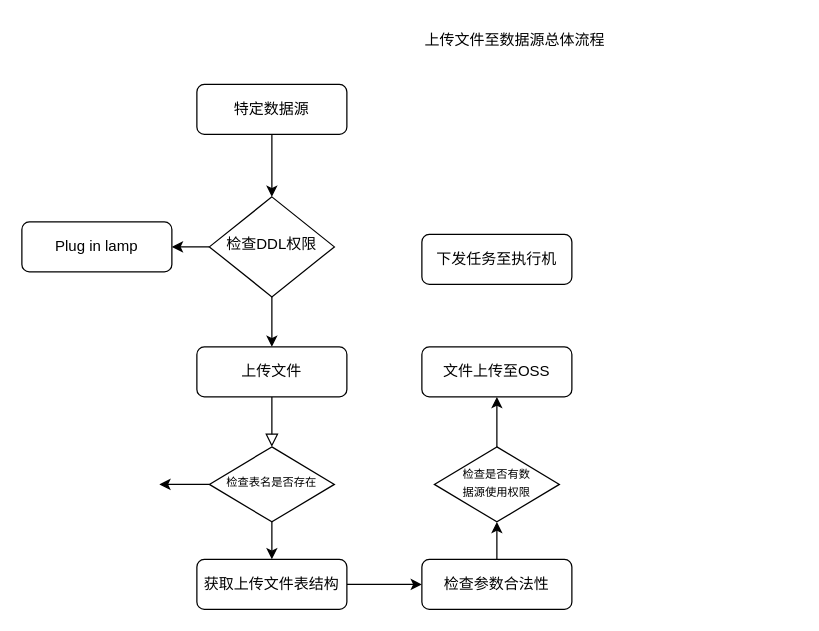
QQLZ/MIT-6.824 keeps this draw.io diagram as 未命名绘图.drawio. Above is the earlier version. Source tidied: cells renumbered, new cells numbered last; positions are measured from the earlier drawing's top-left corner, leaving out a move shared by most shapes. Both pictures are drawn from the tidied source at 125%, with x=0, y=0 at pixel (21, 21).
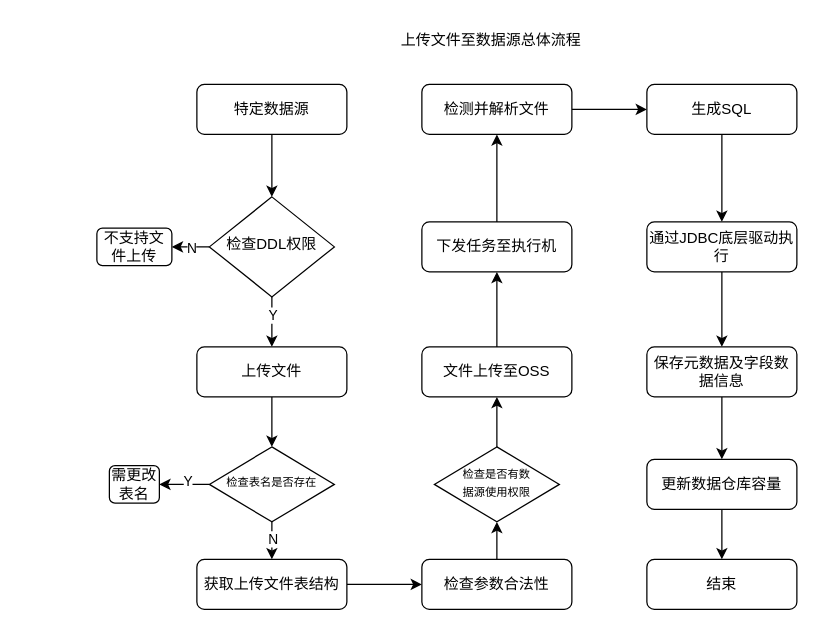
After the change.

Commit message (it also covers changes not shown here):
更新未命名绘图.drawio

The change refers to these unchanged cells:
```xml
<mxCell id="4" style="edgeStyle=orthogonalEdgeStyle;rounded=0;jettySize=auto;html=1;exitX=0;exitY=0.5;exitDx=0;exitDy=0;" parent="1" edge="1" source="6" target="7">
  <mxGeometry relative="1" as="geometry" />
</mxCell>
<mxCell id="5" style="edgeStyle=orthogonalEdgeStyle;rounded=0;jettySize=auto;html=1;exitX=0.5;exitY=1;exitDx=0;exitDy=0;entryX=0.5;entryY=0;entryDx=0;entryDy=0;" parent="1" edge="1" source="6" target="9">
  <mxGeometry relative="1" as="geometry" />
</mxCell>
<mxCell id="9" value="上传文件" style="rounded=1;whiteSpace=wrap;html=1;fontSize=12;glass=0;strokeWidth=1;shadow=0;" parent="1" vertex="1">
  <mxGeometry x="140" y="260" width="120" height="40" as="geometry" />
</mxCell>
<mxCell id="11" style="edgeStyle=orthogonalEdgeStyle;rounded=1;jettySize=auto;html=1;exitX=0.5;exitY=1;exitDx=0;exitDy=0;entryX=0.5;entryY=0;entryDx=0;entryDy=0;" parent="1" edge="1" source="13" target="15">
  <mxGeometry relative="1" as="geometry" />
</mxCell>
<mxCell id="12" style="edgeStyle=orthogonalEdgeStyle;rounded=0;jettySize=auto;html=1;exitX=0;exitY=0.5;exitDx=0;exitDy=0;" parent="1" edge="1" source="13">
  <mxGeometry relative="1" as="geometry">
    <mxPoint x="110" y="370" as="targetPoint" />
  </mxGeometry>
</mxCell>
<mxCell id="13" value="&lt;div class=&quot;lake-content&quot;&gt;&lt;font style=&quot;font-size: 9px;&quot;&gt;检查表名是否存在&lt;/font&gt;&lt;/div&gt;" style="rhombus;whiteSpace=wrap;html=1;shadow=0;fontFamily=Helvetica;fontSize=12;align=center;strokeWidth=1;spacing=6;spacingTop=-4;" parent="1" vertex="1">
  <mxGeometry x="150" y="340" width="100" height="60" as="geometry" />
</mxCell>
<mxCell id="20" value="文件上传至OSS" style="rounded=1;whiteSpace=wrap;html=1;fontSize=12;glass=0;strokeWidth=1;shadow=0;" parent="1" vertex="1">
  <mxGeometry x="320" y="260" width="120" height="40" as="geometry" />
</mxCell>
```

Diff of the diagram source:
```diff
@@
+    <mxCell id="22" value="N" style="edgeLabel;html=1;align=center;verticalAlign=middle;" parent="4" vertex="1">
+      <mxGeometry x="0.4" relative="1" as="geometry" />
+    </mxCell>
@@
+    <mxCell id="23" value="Y" style="edgeLabel;html=1;align=center;verticalAlign=middle;" parent="5" vertex="1">
+      <mxGeometry x="-0.3" relative="1" as="geometry" />
+    </mxCell>
@@
-    <mxCell id="7" value="Plug in lamp" style="rounded=1;whiteSpace=wrap;html=1;fontSize=12;glass=0;strokeWidth=1;shadow=0;" parent="1" vertex="1">
-      <mxGeometry y="160" width="120" height="40" as="geometry" />
+    <mxCell id="7" value="不支持文件上传" style="rounded=1;whiteSpace=wrap;html=1;fontSize=12;glass=0;strokeWidth=1;shadow=0;" parent="1" vertex="1">
+      <mxGeometry x="60" y="165" width="60" height="30" as="geometry" />
     </mxCell>
-    <mxCell id="8" style="rounded=0;html=1;jettySize=auto;fontSize=11;endArrow=block;endFill=0;endSize=8;strokeWidth=1;shadow=0;labelBackgroundColor=none;edgeStyle=orthogonalEdgeStyle;exitX=0.5;exitY=1;exitDx=0;exitDy=0;" parent="1" edge="1" source="9">
-      <mxGeometry x="0.33" y="20" relative="1" as="geometry">
-        <mxPoint x="200" y="340" as="targetPoint" />
-      </mxGeometry>
-    </mxCell>
+    <mxCell id="24" style="edgeStyle=orthogonalEdgeStyle;rounded=0;jettySize=auto;html=1;exitX=0.5;exitY=1;exitDx=0;exitDy=0;entryX=0.5;entryY=0;entryDx=0;entryDy=0;" parent="1" edge="1" source="9" target="13">
+      <mxGeometry relative="1" as="geometry" />
+    </mxCell>
@@
     <mxCell id="10" value="上传文件至数据源总体流程" style="text;html=1;align=center;verticalAlign=middle;strokeColor=none;fillColor=none;" parent="1" vertex="1">
-      <mxGeometry x="309" width="170" height="30" as="geometry" />
+      <mxGeometry x="290" width="170" height="30" as="geometry" />
     </mxCell>
@@
+    <mxCell id="25" value="N" style="edgeLabel;html=1;align=center;verticalAlign=middle;" parent="11" vertex="1">
+      <mxGeometry x="-0.13" relative="1" as="geometry" />
+    </mxCell>
@@
+    <mxCell id="26" value="Y" style="edgeLabel;html=1;align=center;verticalAlign=middle;" parent="12" vertex="1">
+      <mxGeometry x="-0.11" y="-3" relative="1" as="geometry" />
+    </mxCell>
@@
+    <mxCell id="27" style="edgeStyle=orthogonalEdgeStyle;rounded=0;jettySize=auto;html=1;exitX=0.5;exitY=0;exitDx=0;exitDy=0;entryX=0.5;entryY=1;entryDx=0;entryDy=0;" parent="1" edge="1" source="20" target="21">
+      <mxGeometry relative="1" as="geometry" />
+    </mxCell>
@@
+    <mxCell id="28" style="edgeStyle=orthogonalEdgeStyle;rounded=0;jettySize=auto;html=1;exitX=0.5;exitY=0;exitDx=0;exitDy=0;entryX=0.5;entryY=1;entryDx=0;entryDy=0;" parent="1" edge="1" source="21" target="30">
+      <mxGeometry relative="1" as="geometry" />
+    </mxCell>
     <mxCell id="21" value="下发任务至执行机" style="rounded=1;whiteSpace=wrap;html=1;fontSize=12;glass=0;strokeWidth=1;shadow=0;" parent="1" vertex="1">
-      <mxGeometry x="320" y="170" width="120" height="40" as="geometry" />
+      <mxGeometry x="320" y="160" width="120" height="40" as="geometry" />
     </mxCell>
+    <mxCell id="29" style="edgeStyle=orthogonalEdgeStyle;rounded=0;jettySize=auto;html=1;exitX=1;exitY=0.5;exitDx=0;exitDy=0;entryX=0;entryY=0.5;entryDx=0;entryDy=0;" parent="1" edge="1" source="30" target="32">
+      <mxGeometry relative="1" as="geometry" />
+    </mxCell>
+    <mxCell id="30" value="检测并解析文件" style="rounded=1;whiteSpace=wrap;html=1;fontSize=12;glass=0;strokeWidth=1;shadow=0;" parent="1" vertex="1">
+      <mxGeometry x="320" y="50" width="120" height="40" as="geometry" />
+    </mxCell>
+    <mxCell id="31" style="edgeStyle=orthogonalEdgeStyle;rounded=0;jettySize=auto;html=1;exitX=0.5;exitY=1;exitDx=0;exitDy=0;entryX=0.5;entryY=0;entryDx=0;entryDy=0;" parent="1" edge="1" source="32" target="34">
+      <mxGeometry relative="1" as="geometry" />
+    </mxCell>
+    <mxCell id="32" value="生成SQL" style="rounded=1;whiteSpace=wrap;html=1;fontSize=12;glass=0;strokeWidth=1;shadow=0;" parent="1" vertex="1">
+      <mxGeometry x="500" y="50" width="120" height="40" as="geometry" />
+    </mxCell>
+    <mxCell id="33" style="edgeStyle=orthogonalEdgeStyle;rounded=0;jettySize=auto;html=1;exitX=0.5;exitY=1;exitDx=0;exitDy=0;entryX=0.5;entryY=0;entryDx=0;entryDy=0;" parent="1" edge="1" source="34" target="36">
+      <mxGeometry relative="1" as="geometry" />
+    </mxCell>
+    <mxCell id="34" value="通过JDBC底层驱动执行" style="rounded=1;whiteSpace=wrap;html=1;fontSize=12;glass=0;strokeWidth=1;shadow=0;" parent="1" vertex="1">
+      <mxGeometry x="500" y="160" width="120" height="40" as="geometry" />
+    </mxCell>
+    <mxCell id="35" style="edgeStyle=orthogonalEdgeStyle;rounded=0;jettySize=auto;html=1;exitX=0.5;exitY=1;exitDx=0;exitDy=0;entryX=0.5;entryY=0;entryDx=0;entryDy=0;" parent="1" edge="1" source="36" target="38">
+      <mxGeometry relative="1" as="geometry" />
+    </mxCell>
+    <mxCell id="36" value="保存元数据及字段数据信息" style="rounded=1;whiteSpace=wrap;html=1;fontSize=12;glass=0;strokeWidth=1;shadow=0;" parent="1" vertex="1">
+      <mxGeometry x="500" y="260" width="120" height="40" as="geometry" />
+    </mxCell>
+    <mxCell id="37" style="edgeStyle=orthogonalEdgeStyle;rounded=0;jettySize=auto;html=1;exitX=0.5;exitY=1;exitDx=0;exitDy=0;entryX=0.5;entryY=0;entryDx=0;entryDy=0;" parent="1" edge="1" source="38" target="39">
+      <mxGeometry relative="1" as="geometry" />
+    </mxCell>
+    <mxCell id="38" value="更新数据仓库容量" style="rounded=1;whiteSpace=wrap;html=1;fontSize=12;glass=0;strokeWidth=1;shadow=0;" parent="1" vertex="1">
+      <mxGeometry x="500" y="350" width="120" height="40" as="geometry" />
+    </mxCell>
+    <mxCell id="39" value="结束" style="rounded=1;whiteSpace=wrap;html=1;fontSize=12;glass=0;strokeWidth=1;shadow=0;" parent="1" vertex="1">
+      <mxGeometry x="500" y="430" width="120" height="40" as="geometry" />
+    </mxCell>
+    <mxCell id="40" value="需更改表名" style="rounded=1;whiteSpace=wrap;html=1;fontSize=12;glass=0;strokeWidth=1;shadow=0;" parent="1" vertex="1">
+      <mxGeometry x="70" y="355" width="40" height="30" as="geometry" />
+    </mxCell>
```
